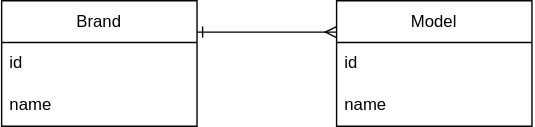
The draw.io diagram Diagram.svg in SochoeunKhorn/phoneshop, before a commit. Source tidied: cells renumbered, new cells last; positions are measured from the earlier drawing's top-left corner, leaving out a move shared by most shapes.
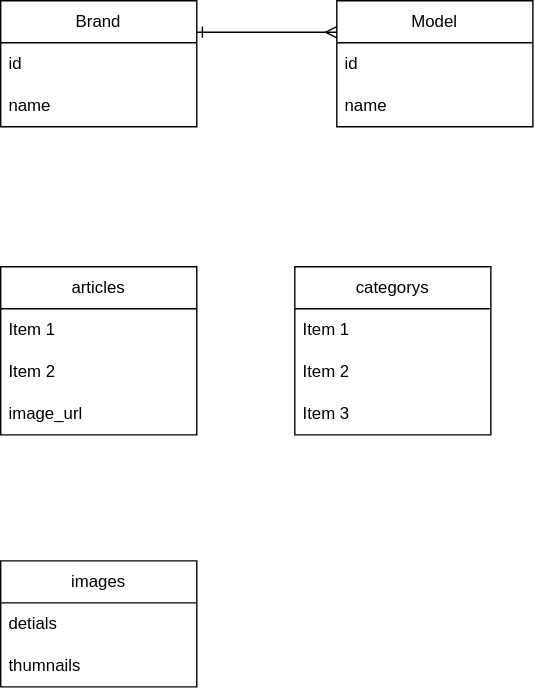
Later version of the same file.

Change to the diagram source:
```diff
@@ -23,5 +23,38 @@
     <mxCell id="8" style="endArrow=ERmany;html=1;rounded=0;exitX=1;exitY=0.25;exitDx=0;exitDy=0;entryX=0;entryY=0.25;entryDx=0;entryDy=0;startArrow=ERone;startFill=0;endFill=0;" parent="1" edge="1" source="2" target="5">
       <mxGeometry relative="1" as="geometry" />
     </mxCell>
+    <mxCell id="9" value="articles" style="swimlane;fontStyle=0;horizontal=1;startSize=30;whiteSpace=wrap;html=1;" parent="1" vertex="1">
+      <mxGeometry y="190" width="140" height="120" as="geometry" />
+    </mxCell>
+    <mxCell id="10" value="Item 1" style="text;strokeColor=none;fillColor=none;align=left;verticalAlign=middle;spacingLeft=4;spacingRight=4;overflow=hidden;whiteSpace=wrap;html=1;" parent="9" vertex="1">
+      <mxGeometry y="30" width="140" height="30" as="geometry" />
+    </mxCell>
+    <mxCell id="11" value="Item 2" style="text;strokeColor=none;fillColor=none;align=left;verticalAlign=middle;spacingLeft=4;spacingRight=4;overflow=hidden;whiteSpace=wrap;html=1;" parent="9" vertex="1">
+      <mxGeometry y="60" width="140" height="30" as="geometry" />
+    </mxCell>
+    <mxCell id="12" value="image_url" style="text;strokeColor=none;fillColor=none;align=left;verticalAlign=middle;spacingLeft=4;spacingRight=4;overflow=hidden;whiteSpace=wrap;html=1;" parent="9" vertex="1">
+      <mxGeometry y="90" width="140" height="30" as="geometry" />
+    </mxCell>
+    <mxCell id="13" value="categorys" style="swimlane;fontStyle=0;horizontal=1;startSize=30;whiteSpace=wrap;html=1;" parent="1" vertex="1">
+      <mxGeometry x="210" y="190" width="140" height="120" as="geometry" />
+    </mxCell>
+    <mxCell id="14" value="Item 1" style="text;strokeColor=none;fillColor=none;align=left;verticalAlign=middle;spacingLeft=4;spacingRight=4;overflow=hidden;whiteSpace=wrap;html=1;" parent="13" vertex="1">
+      <mxGeometry y="30" width="140" height="30" as="geometry" />
+    </mxCell>
+    <mxCell id="15" value="Item 2" style="text;strokeColor=none;fillColor=none;align=left;verticalAlign=middle;spacingLeft=4;spacingRight=4;overflow=hidden;whiteSpace=wrap;html=1;" parent="13" vertex="1">
+      <mxGeometry y="60" width="140" height="30" as="geometry" />
+    </mxCell>
+    <mxCell id="16" value="Item 3" style="text;strokeColor=none;fillColor=none;align=left;verticalAlign=middle;spacingLeft=4;spacingRight=4;overflow=hidden;whiteSpace=wrap;html=1;" parent="13" vertex="1">
+      <mxGeometry y="90" width="140" height="30" as="geometry" />
+    </mxCell>
+    <mxCell id="17" value="images" style="swimlane;fontStyle=0;horizontal=1;startSize=30;whiteSpace=wrap;html=1;" parent="1" vertex="1">
+      <mxGeometry y="400" width="140" height="90" as="geometry" />
+    </mxCell>
+    <mxCell id="18" value="detials" style="text;strokeColor=none;fillColor=none;align=left;verticalAlign=middle;spacingLeft=4;spacingRight=4;overflow=hidden;whiteSpace=wrap;html=1;" parent="17" vertex="1">
+      <mxGeometry y="30" width="140" height="30" as="geometry" />
+    </mxCell>
+    <mxCell id="19" value="thumnails" style="text;strokeColor=none;fillColor=none;align=left;verticalAlign=middle;spacingLeft=4;spacingRight=4;overflow=hidden;whiteSpace=wrap;html=1;" parent="17" vertex="1">
+      <mxGeometry y="60" width="140" height="30" as="geometry" />
+    </mxCell>
   </root>
 </mxGraphModel>
```
